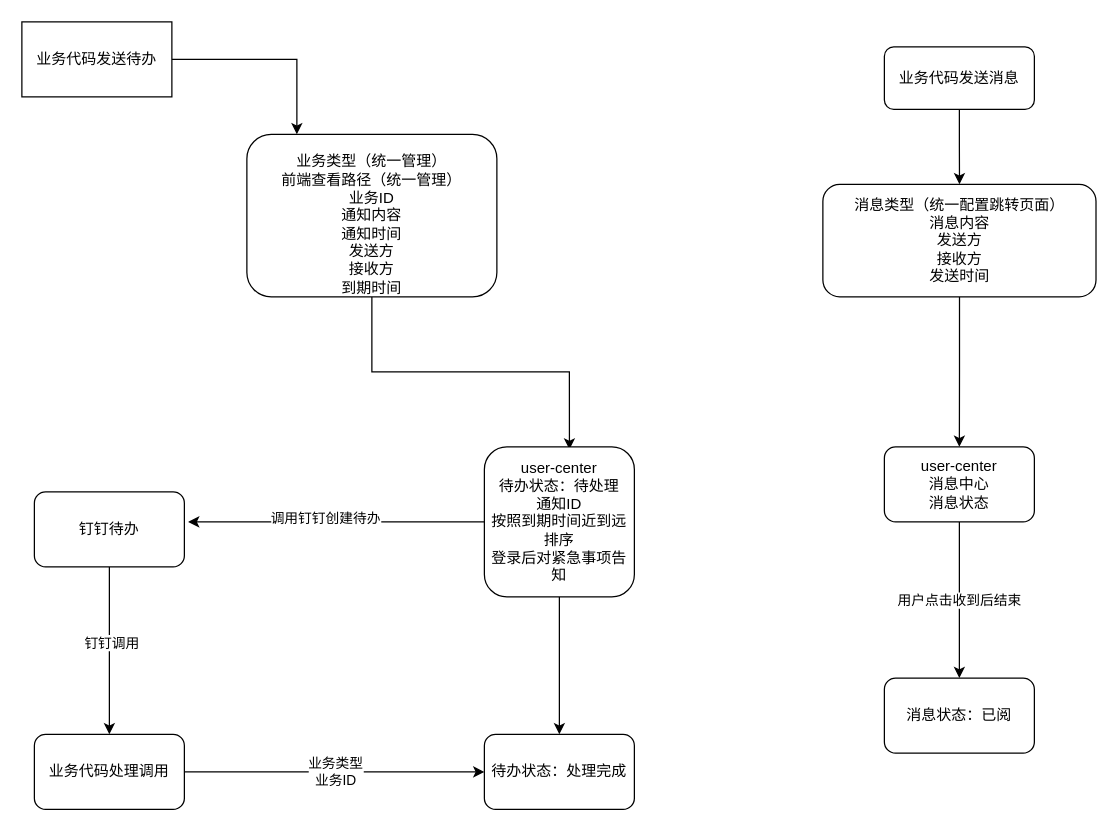
Before: 用户代办通知.drawio in chaomings/simple, a draw.io diagram. Source tidied: cells renumbered, new cells numbered last; positions are measured from the earlier drawing's top-left corner, leaving out a move shared by most shapes. Both pictures are drawn from the tidied source at 125%, with x=0, y=0 at pixel (21, 21).
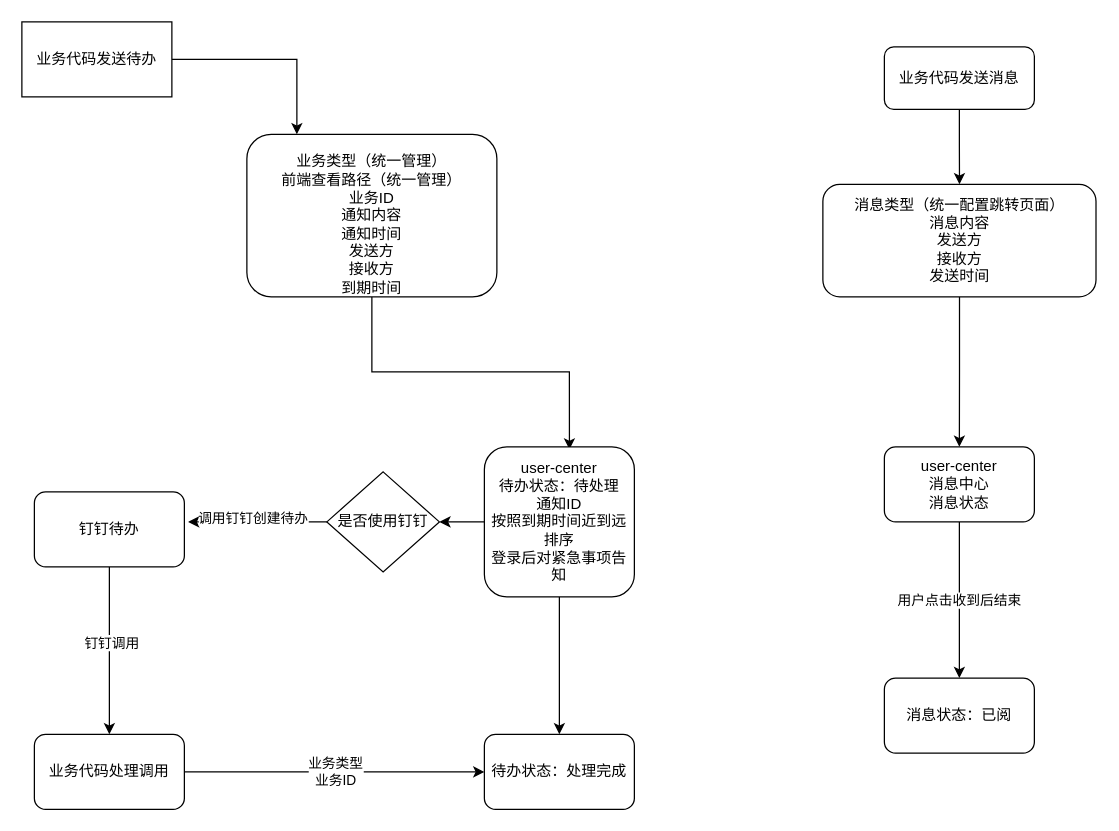
After the change.

Commit message:
Update 用户代办通知.drawio

Unchanged cells that the change refers to:
```xml
<mxCell id="9" value="user-center&lt;br&gt;待办状态：待处理&lt;br&gt;通知ID&lt;br&gt;按照到期时间近到远排序&lt;br&gt;登录后对紧急事项告知" style="rounded=1;whiteSpace=wrap;html=1;" parent="1" vertex="1">
  <mxGeometry x="370" y="340" width="120" height="120" as="geometry" />
</mxCell>
<mxCell id="23" value="钉钉待办" style="rounded=1;whiteSpace=wrap;html=1;" parent="1" vertex="1">
  <mxGeometry x="10" y="376" width="120" height="60" as="geometry" />
</mxCell>
```

The edit, as a diff of the source:
```diff
@@
-    <mxCell id="7" style="edgeStyle=orthogonalEdgeStyle;rounded=0;jettySize=auto;html=1;entryX=1.025;entryY=0.4;entryDx=0;entryDy=0;entryPerimeter=0;" parent="1" edge="1" source="9" target="23">
+    <mxCell id="7" style="edgeStyle=orthogonalEdgeStyle;rounded=0;jettySize=auto;html=1;entryX=1.025;entryY=0.4;entryDx=0;entryDy=0;entryPerimeter=0;startArrow=none;" parent="1" edge="1" source="25" target="23">
       <mxGeometry relative="1" as="geometry" />
     </mxCell>
@@
+    <mxCell id="24" style="edgeStyle=orthogonalEdgeStyle;rounded=0;jettySize=auto;html=1;" parent="1" edge="1" source="9" target="25">
+      <mxGeometry relative="1" as="geometry" />
+    </mxCell>
@@
+    <mxCell id="25" value="是否使用钉钉" style="rhombus;whiteSpace=wrap;html=1;" parent="1" vertex="1">
+      <mxGeometry x="244" y="360" width="90" height="80" as="geometry" />
+    </mxCell>
```
